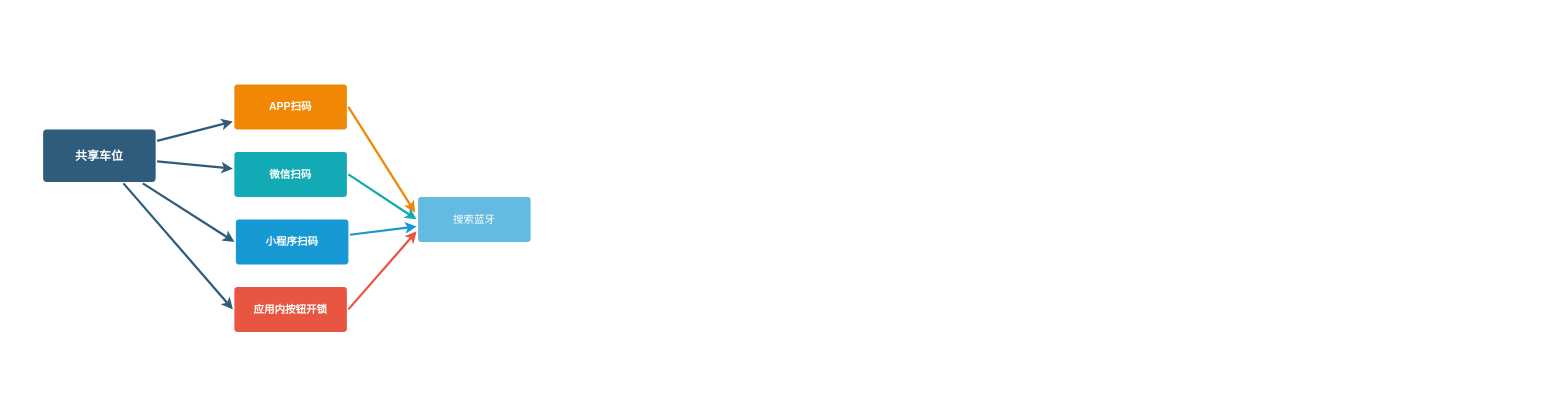
Above: spark/开锁流程.drawio in MYZ6/draw-io (draw.io), before the change. Source tidied: cells renumbered, new cells numbered last; positions are measured from the earlier drawing's top-left corner, leaving out a move shared by most shapes. Both pictures are drawn from the tidied source at 75%, with x=0, y=0 at pixel (43, 84).
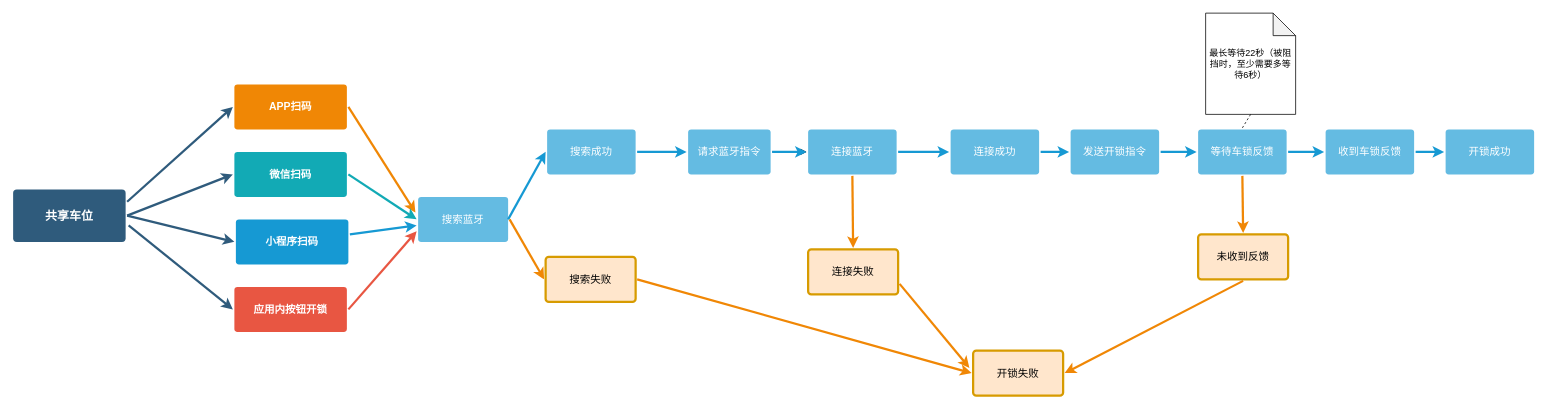
After the change.

Unchanged cells that the change refers to:
```xml
<mxCell id="8" value="应用内按钮开锁" style="rounded=1;whiteSpace=wrap;html=1;shadow=0;labelBackgroundColor=none;strokeColor=none;strokeWidth=3;fillColor=#e85642;fontFamily=Helvetica;fontSize=14;fontColor=#FFFFFF;align=center;spacing=5;fontStyle=1;arcSize=7;perimeterSpacing=2;" parent="1" vertex="1">
  <mxGeometry x="255" y="270" width="150" height="60" as="geometry" />
</mxCell>
<mxCell id="10" value="小程序扫码" style="rounded=1;whiteSpace=wrap;html=1;shadow=0;labelBackgroundColor=none;strokeColor=none;strokeWidth=3;fillColor=#1699d3;fontFamily=Helvetica;fontSize=14;fontColor=#FFFFFF;align=center;spacing=5;fontStyle=1;arcSize=7;perimeterSpacing=2;" parent="1" vertex="1">
  <mxGeometry x="257" y="180" width="150" height="60" as="geometry" />
</mxCell>
<mxCell id="12" value="APP扫码" style="rounded=1;whiteSpace=wrap;html=1;shadow=0;labelBackgroundColor=none;strokeColor=none;strokeWidth=3;fillColor=#F08705;fontFamily=Helvetica;fontSize=14;fontColor=#FFFFFF;align=center;spacing=5;fontStyle=1;arcSize=7;perimeterSpacing=2;" parent="1" vertex="1">
  <mxGeometry x="255" width="150" height="60" as="geometry" />
</mxCell>
<mxCell id="14" value="微信扫码" style="rounded=1;whiteSpace=wrap;html=1;shadow=0;labelBackgroundColor=none;strokeColor=none;strokeWidth=3;fillColor=#12aab5;fontFamily=Helvetica;fontSize=14;fontColor=#FFFFFF;align=center;spacing=5;fontStyle=1;arcSize=7;perimeterSpacing=2;" parent="1" vertex="1">
  <mxGeometry x="255" y="90" width="150" height="60" as="geometry" />
</mxCell>
```

Diff of the diagram source:
```diff
@@
-    <mxCell id="2" style="edgeStyle=none;rounded=0;jumpStyle=none;html=1;shadow=0;labelBackgroundColor=none;startArrow=none;startFill=0;endArrow=classic;endFill=1;jettySize=auto;strokeColor=#2F5B7C;strokeWidth=3;fontFamily=Helvetica;fontSize=16;fontColor=#23445D;spacing=5;" parent="1" edge="1" source="6" target="12">
+    <mxCell id="2" style="edgeStyle=none;rounded=0;jumpStyle=none;html=1;shadow=0;labelBackgroundColor=none;startArrow=none;startFill=0;endArrow=classic;endFill=1;jettySize=auto;strokeColor=#2F5B7C;strokeWidth=3;fontFamily=Helvetica;fontSize=16;fontColor=#23445D;spacing=5;exitX=1;exitY=0.25;exitDx=0;exitDy=0;entryX=0;entryY=0.5;entryDx=0;entryDy=0;" parent="1" edge="1" source="6" target="12">
       <mxGeometry relative="1" as="geometry" />
     </mxCell>
-    <mxCell id="3" style="edgeStyle=none;rounded=0;jumpStyle=none;html=1;shadow=0;labelBackgroundColor=none;startArrow=none;startFill=0;endArrow=classic;endFill=1;jettySize=auto;strokeColor=#2F5B7C;strokeWidth=3;fontFamily=Helvetica;fontSize=16;fontColor=#23445D;spacing=5;" parent="1" edge="1" source="6" target="14">
+    <mxCell id="3" style="edgeStyle=none;rounded=0;jumpStyle=none;html=1;shadow=0;labelBackgroundColor=none;startArrow=none;startFill=0;endArrow=classic;endFill=1;jettySize=auto;strokeColor=#2F5B7C;strokeWidth=3;fontFamily=Helvetica;fontSize=16;fontColor=#23445D;spacing=5;exitX=1;exitY=0.5;exitDx=0;exitDy=0;entryX=0;entryY=0.5;entryDx=0;entryDy=0;" parent="1" edge="1" source="6" target="14">
       <mxGeometry relative="1" as="geometry" />
     </mxCell>
-    <mxCell id="4" style="edgeStyle=none;rounded=0;jumpStyle=none;html=1;shadow=0;labelBackgroundColor=none;startArrow=none;startFill=0;endArrow=classic;endFill=1;jettySize=auto;strokeColor=#2F5B7C;strokeWidth=3;fontFamily=Helvetica;fontSize=16;fontColor=#23445D;spacing=5;entryX=0;entryY=0.5;entryDx=0;entryDy=0;" parent="1" edge="1" source="6" target="10">
+    <mxCell id="4" style="edgeStyle=none;rounded=0;jumpStyle=none;html=1;shadow=0;labelBackgroundColor=none;startArrow=none;startFill=0;endArrow=classic;endFill=1;jettySize=auto;strokeColor=#2F5B7C;strokeWidth=3;fontFamily=Helvetica;fontSize=16;fontColor=#23445D;spacing=5;entryX=0;entryY=0.5;entryDx=0;entryDy=0;exitX=1;exitY=0.5;exitDx=0;exitDy=0;" parent="1" edge="1" source="6" target="10">
       <mxGeometry relative="1" as="geometry" />
     </mxCell>
-    <mxCell id="5" style="edgeStyle=none;rounded=0;jumpStyle=none;html=1;shadow=0;labelBackgroundColor=none;startArrow=none;startFill=0;endArrow=classic;endFill=1;jettySize=auto;strokeColor=#2F5B7C;strokeWidth=3;fontFamily=Helvetica;fontSize=16;fontColor=#23445D;spacing=5;entryX=0;entryY=0.5;entryDx=0;entryDy=0;" parent="1" edge="1" source="6" target="8">
+    <mxCell id="5" style="edgeStyle=none;rounded=0;jumpStyle=none;html=1;shadow=0;labelBackgroundColor=none;startArrow=none;startFill=0;endArrow=classic;endFill=1;jettySize=auto;strokeColor=#2F5B7C;strokeWidth=3;fontFamily=Helvetica;fontSize=16;fontColor=#23445D;spacing=5;entryX=0;entryY=0.5;entryDx=0;entryDy=0;exitX=1.013;exitY=0.676;exitDx=0;exitDy=0;exitPerimeter=0;" parent="1" edge="1" source="6" target="8">
       <mxGeometry relative="1" as="geometry" />
     </mxCell>
     <mxCell id="6" value="共享车位" style="rounded=1;whiteSpace=wrap;html=1;shadow=0;labelBackgroundColor=none;strokeColor=none;strokeWidth=3;fillColor=#2F5B7C;fontFamily=Helvetica;fontSize=16;fontColor=#FFFFFF;align=center;fontStyle=1;spacing=5;arcSize=7;perimeterSpacing=2;" parent="1" vertex="1">
-      <mxGeometry y="60" width="150" height="70" as="geometry" />
+      <mxGeometry x="-40" y="140" width="150" height="70" as="geometry" />
     </mxCell>
@@
     <mxCell id="11" value="搜索蓝牙" style="rounded=1;whiteSpace=wrap;html=1;shadow=0;labelBackgroundColor=none;strokeColor=none;strokeWidth=3;fillColor=#64bbe2;fontFamily=Helvetica;fontSize=14;fontColor=#FFFFFF;align=center;spacing=5;arcSize=7;perimeterSpacing=2;" parent="1" vertex="1">
-      <mxGeometry x="500" y="150" width="150" height="60" as="geometry" />
+      <mxGeometry x="500" y="150" width="120" height="60" as="geometry" />
     </mxCell>
@@
+    <mxCell id="16" value="搜索成功" style="rounded=1;whiteSpace=wrap;html=1;shadow=0;labelBackgroundColor=none;strokeColor=none;strokeWidth=3;fillColor=#64bbe2;fontFamily=Helvetica;fontSize=14;fontColor=#FFFFFF;align=center;spacing=5;arcSize=7;perimeterSpacing=2;" parent="1" vertex="1">
+      <mxGeometry x="672" y="60" width="118" height="60" as="geometry" />
+    </mxCell>
+    <mxCell id="17" value="&lt;div&gt;搜索失败&lt;/div&gt;" style="rounded=1;whiteSpace=wrap;html=1;shadow=0;labelBackgroundColor=none;strokeColor=#d79b00;strokeWidth=3;fillColor=#ffe6cc;fontFamily=Helvetica;fontSize=14;align=center;spacing=5;arcSize=7;perimeterSpacing=2;" parent="1" vertex="1">
+      <mxGeometry x="670" y="230" width="120" height="60" as="geometry" />
+    </mxCell>
+    <mxCell id="18" style="edgeStyle=none;rounded=0;jumpStyle=none;html=1;shadow=0;labelBackgroundColor=none;startArrow=none;startFill=0;endArrow=classic;endFill=1;jettySize=auto;strokeColor=#1699D3;strokeWidth=3;fontFamily=Helvetica;fontSize=14;fontColor=#FFFFFF;spacing=5;entryX=0;entryY=0.5;entryDx=0;entryDy=0;" parent="1" edge="1" target="16">
+      <mxGeometry relative="1" as="geometry">
+        <mxPoint x="620" y="180" as="sourcePoint" />
+      </mxGeometry>
+    </mxCell>
+    <mxCell id="19" style="edgeStyle=none;rounded=0;jumpStyle=none;html=1;shadow=0;labelBackgroundColor=none;startArrow=none;startFill=0;endArrow=classic;endFill=1;jettySize=auto;strokeColor=#F08705;strokeWidth=3;fontFamily=Helvetica;fontSize=14;fontColor=#FFFFFF;spacing=5;entryX=0;entryY=0.5;entryDx=0;entryDy=0;exitX=1;exitY=0.5;exitDx=0;exitDy=0;" parent="1" edge="1" source="11" target="17">
+      <mxGeometry relative="1" as="geometry" />
+    </mxCell>
+    <mxCell id="20" style="edgeStyle=orthogonalEdgeStyle;rounded=0;jettySize=auto;html=1;" parent="1" edge="1" source="21" target="22">
+      <mxGeometry relative="1" as="geometry" />
+    </mxCell>
+    <mxCell id="21" value="请求蓝牙指令" style="rounded=1;whiteSpace=wrap;html=1;shadow=0;labelBackgroundColor=none;strokeColor=none;strokeWidth=3;fillColor=#64bbe2;fontFamily=Helvetica;fontSize=14;fontColor=#FFFFFF;align=center;spacing=5;arcSize=7;perimeterSpacing=2;" parent="1" vertex="1">
+      <mxGeometry x="860" y="60" width="110" height="60" as="geometry" />
+    </mxCell>
+    <mxCell id="22" value="连接蓝牙" style="rounded=1;whiteSpace=wrap;html=1;shadow=0;labelBackgroundColor=none;strokeColor=none;strokeWidth=3;fillColor=#64bbe2;fontFamily=Helvetica;fontSize=14;fontColor=#FFFFFF;align=center;spacing=5;arcSize=7;perimeterSpacing=2;" parent="1" vertex="1">
+      <mxGeometry x="1020" y="60" width="118" height="60" as="geometry" />
+    </mxCell>
+    <mxCell id="23" value="连接成功" style="rounded=1;whiteSpace=wrap;html=1;shadow=0;labelBackgroundColor=none;strokeColor=none;strokeWidth=3;fillColor=#64bbe2;fontFamily=Helvetica;fontSize=14;fontColor=#FFFFFF;align=center;spacing=5;arcSize=7;perimeterSpacing=2;" parent="1" vertex="1">
+      <mxGeometry x="1210" y="60" width="118" height="60" as="geometry" />
+    </mxCell>
+    <mxCell id="24" value="&lt;div&gt;连接失败&lt;/div&gt;" style="rounded=1;whiteSpace=wrap;html=1;shadow=0;labelBackgroundColor=none;strokeColor=#d79b00;strokeWidth=3;fillColor=#ffe6cc;fontFamily=Helvetica;fontSize=14;align=center;spacing=5;arcSize=7;perimeterSpacing=2;" parent="1" vertex="1">
+      <mxGeometry x="1020" y="220" width="120" height="60" as="geometry" />
+    </mxCell>
+    <mxCell id="25" value="发送开锁指令" style="rounded=1;whiteSpace=wrap;html=1;shadow=0;labelBackgroundColor=none;strokeColor=none;strokeWidth=3;fillColor=#64bbe2;fontFamily=Helvetica;fontSize=14;fontColor=#FFFFFF;align=center;spacing=5;arcSize=7;perimeterSpacing=2;" parent="1" vertex="1">
+      <mxGeometry x="1370" y="60" width="118" height="60" as="geometry" />
+    </mxCell>
+    <mxCell id="26" value="等待车锁反馈" style="rounded=1;whiteSpace=wrap;html=1;shadow=0;labelBackgroundColor=none;strokeColor=none;strokeWidth=3;fillColor=#64bbe2;fontFamily=Helvetica;fontSize=14;fontColor=#FFFFFF;align=center;spacing=5;arcSize=7;perimeterSpacing=2;" parent="1" vertex="1">
+      <mxGeometry x="1540" y="60" width="118" height="60" as="geometry" />
+    </mxCell>
+    <mxCell id="27" value="收到车锁反馈" style="rounded=1;whiteSpace=wrap;html=1;shadow=0;labelBackgroundColor=none;strokeColor=none;strokeWidth=3;fillColor=#64bbe2;fontFamily=Helvetica;fontSize=14;fontColor=#FFFFFF;align=center;spacing=5;arcSize=7;perimeterSpacing=2;" parent="1" vertex="1">
+      <mxGeometry x="1710" y="60" width="118" height="60" as="geometry" />
+    </mxCell>
+    <mxCell id="28" value="最长等待22秒（被阻挡时，至少需要多等待6秒）" style="shape=note;whiteSpace=wrap;html=1;backgroundOutline=1;darkOpacity=0.05;" parent="1" vertex="1">
+      <mxGeometry x="1550" y="-95" width="120" height="135" as="geometry" />
+    </mxCell>
+    <mxCell id="29" style="endArrow=none;dashed=1;html=1;entryX=0.5;entryY=1;entryDx=0;entryDy=0;entryPerimeter=0;exitX=0.5;exitY=0;exitDx=0;exitDy=0;" parent="1" edge="1" source="26" target="28">
+      <mxGeometry relative="1" as="geometry" />
+    </mxCell>
+    <mxCell id="30" value="未收到反馈" style="rounded=1;whiteSpace=wrap;html=1;shadow=0;labelBackgroundColor=none;strokeColor=#d79b00;strokeWidth=3;fillColor=#ffe6cc;fontFamily=Helvetica;fontSize=14;align=center;spacing=5;arcSize=7;perimeterSpacing=2;" parent="1" vertex="1">
+      <mxGeometry x="1540" y="200" width="120" height="60" as="geometry" />
+    </mxCell>
+    <mxCell id="31" value="开锁成功" style="rounded=1;whiteSpace=wrap;html=1;shadow=0;labelBackgroundColor=none;strokeColor=none;strokeWidth=3;fillColor=#64bbe2;fontFamily=Helvetica;fontSize=14;fontColor=#FFFFFF;align=center;spacing=5;arcSize=7;perimeterSpacing=2;" parent="1" vertex="1">
+      <mxGeometry x="1870" y="60" width="118" height="60" as="geometry" />
+    </mxCell>
+    <mxCell id="32" value="开锁失败" style="rounded=1;whiteSpace=wrap;html=1;shadow=0;labelBackgroundColor=none;strokeColor=#d79b00;strokeWidth=3;fillColor=#ffe6cc;fontFamily=Helvetica;fontSize=14;align=center;spacing=5;arcSize=7;perimeterSpacing=2;" parent="1" vertex="1">
+      <mxGeometry x="1240" y="355" width="120" height="60" as="geometry" />
+    </mxCell>
+    <mxCell id="33" style="edgeStyle=none;rounded=0;jumpStyle=none;html=1;shadow=0;labelBackgroundColor=none;startArrow=none;startFill=0;endArrow=classic;endFill=1;jettySize=auto;strokeColor=#F08705;strokeWidth=3;fontFamily=Helvetica;fontSize=14;fontColor=#FFFFFF;spacing=5;exitX=1;exitY=0.5;exitDx=0;exitDy=0;entryX=0;entryY=0.5;entryDx=0;entryDy=0;" parent="1" edge="1" source="17" target="32">
+      <mxGeometry relative="1" as="geometry" />
+    </mxCell>
+    <mxCell id="34" style="edgeStyle=none;rounded=0;jumpStyle=none;html=1;shadow=0;labelBackgroundColor=none;startArrow=none;startFill=0;endArrow=classic;endFill=1;jettySize=auto;strokeColor=#F08705;strokeWidth=3;fontFamily=Helvetica;fontSize=14;fontColor=#FFFFFF;spacing=5;exitX=1;exitY=0.75;exitDx=0;exitDy=0;entryX=-0.024;entryY=0.391;entryDx=0;entryDy=0;entryPerimeter=0;" parent="1" edge="1" source="24" target="32">
+      <mxGeometry relative="1" as="geometry" />
+    </mxCell>
+    <mxCell id="35" style="edgeStyle=none;rounded=0;jumpStyle=none;html=1;shadow=0;labelBackgroundColor=none;startArrow=none;startFill=0;endArrow=classic;endFill=1;jettySize=auto;strokeColor=#F08705;strokeWidth=3;fontFamily=Helvetica;fontSize=14;fontColor=#FFFFFF;spacing=5;exitX=0.5;exitY=1;exitDx=0;exitDy=0;entryX=1;entryY=0.5;entryDx=0;entryDy=0;" parent="1" edge="1" source="30" target="32">
+      <mxGeometry relative="1" as="geometry" />
+    </mxCell>
+    <mxCell id="36" style="edgeStyle=none;rounded=0;jumpStyle=none;html=1;shadow=0;labelBackgroundColor=none;startArrow=none;startFill=0;endArrow=classic;endFill=1;jettySize=auto;strokeColor=#1699D3;strokeWidth=3;fontFamily=Helvetica;fontSize=14;fontColor=#FFFFFF;spacing=5;entryX=0;entryY=0.5;entryDx=0;entryDy=0;exitX=1;exitY=0.5;exitDx=0;exitDy=0;" parent="1" edge="1" source="16" target="21">
+      <mxGeometry relative="1" as="geometry" />
+    </mxCell>
+    <mxCell id="37" style="edgeStyle=none;rounded=0;jumpStyle=none;html=1;shadow=0;labelBackgroundColor=none;startArrow=none;startFill=0;endArrow=classic;endFill=1;jettySize=auto;strokeColor=#1699D3;strokeWidth=3;fontFamily=Helvetica;fontSize=14;fontColor=#FFFFFF;spacing=5;entryX=0;entryY=0.5;entryDx=0;entryDy=0;exitX=1;exitY=0.5;exitDx=0;exitDy=0;" parent="1" edge="1" source="21" target="22">
+      <mxGeometry relative="1" as="geometry" />
+    </mxCell>
+    <mxCell id="38" style="edgeStyle=none;rounded=0;jumpStyle=none;html=1;shadow=0;labelBackgroundColor=none;startArrow=none;startFill=0;endArrow=classic;endFill=1;jettySize=auto;strokeColor=#1699D3;strokeWidth=3;fontFamily=Helvetica;fontSize=14;fontColor=#FFFFFF;spacing=5;entryX=0;entryY=0.5;entryDx=0;entryDy=0;exitX=1;exitY=0.5;exitDx=0;exitDy=0;" parent="1" edge="1" source="22" target="23">
+      <mxGeometry relative="1" as="geometry" />
+    </mxCell>
+    <mxCell id="39" style="edgeStyle=none;rounded=0;jumpStyle=none;html=1;shadow=0;labelBackgroundColor=none;startArrow=none;startFill=0;endArrow=classic;endFill=1;jettySize=auto;strokeColor=#1699D3;strokeWidth=3;fontFamily=Helvetica;fontSize=14;fontColor=#FFFFFF;spacing=5;entryX=0;entryY=0.5;entryDx=0;entryDy=0;exitX=1;exitY=0.5;exitDx=0;exitDy=0;" parent="1" edge="1" source="23" target="25">
+      <mxGeometry relative="1" as="geometry" />
+    </mxCell>
+    <mxCell id="40" style="edgeStyle=none;rounded=0;jumpStyle=none;html=1;shadow=0;labelBackgroundColor=none;startArrow=none;startFill=0;endArrow=classic;endFill=1;jettySize=auto;strokeColor=#1699D3;strokeWidth=3;fontFamily=Helvetica;fontSize=14;fontColor=#FFFFFF;spacing=5;entryX=0;entryY=0.5;entryDx=0;entryDy=0;exitX=1;exitY=0.5;exitDx=0;exitDy=0;" parent="1" edge="1" source="25" target="26">
+      <mxGeometry relative="1" as="geometry" />
+    </mxCell>
+    <mxCell id="41" style="edgeStyle=none;rounded=0;jumpStyle=none;html=1;shadow=0;labelBackgroundColor=none;startArrow=none;startFill=0;endArrow=classic;endFill=1;jettySize=auto;strokeColor=#1699D3;strokeWidth=3;fontFamily=Helvetica;fontSize=14;fontColor=#FFFFFF;spacing=5;exitX=1;exitY=0.5;exitDx=0;exitDy=0;" parent="1" edge="1" source="26" target="27">
+      <mxGeometry relative="1" as="geometry" />
+    </mxCell>
+    <mxCell id="42" style="edgeStyle=none;rounded=0;jumpStyle=none;html=1;shadow=0;labelBackgroundColor=none;startArrow=none;startFill=0;endArrow=classic;endFill=1;jettySize=auto;strokeColor=#1699D3;strokeWidth=3;fontFamily=Helvetica;fontSize=14;fontColor=#FFFFFF;spacing=5;exitX=1;exitY=0.5;exitDx=0;exitDy=0;entryX=0;entryY=0.5;entryDx=0;entryDy=0;" parent="1" edge="1" source="27" target="31">
+      <mxGeometry relative="1" as="geometry" />
+    </mxCell>
+    <mxCell id="43" style="edgeStyle=none;rounded=0;jumpStyle=none;html=1;shadow=0;labelBackgroundColor=none;startArrow=none;startFill=0;endArrow=classic;endFill=1;jettySize=auto;strokeColor=#F08705;strokeWidth=3;fontFamily=Helvetica;fontSize=14;fontColor=#FFFFFF;spacing=5;exitX=0.5;exitY=1;exitDx=0;exitDy=0;entryX=0.5;entryY=0;entryDx=0;entryDy=0;" parent="1" edge="1" source="26" target="30">
+      <mxGeometry relative="1" as="geometry" />
+    </mxCell>
+    <mxCell id="44" style="edgeStyle=none;rounded=0;jumpStyle=none;html=1;shadow=0;labelBackgroundColor=none;startArrow=none;startFill=0;endArrow=classic;endFill=1;jettySize=auto;strokeColor=#F08705;strokeWidth=3;fontFamily=Helvetica;fontSize=14;fontColor=#FFFFFF;spacing=5;exitX=0.5;exitY=1;exitDx=0;exitDy=0;entryX=0.5;entryY=0;entryDx=0;entryDy=0;" parent="1" edge="1" source="22" target="24">
+      <mxGeometry relative="1" as="geometry" />
+    </mxCell>
```
